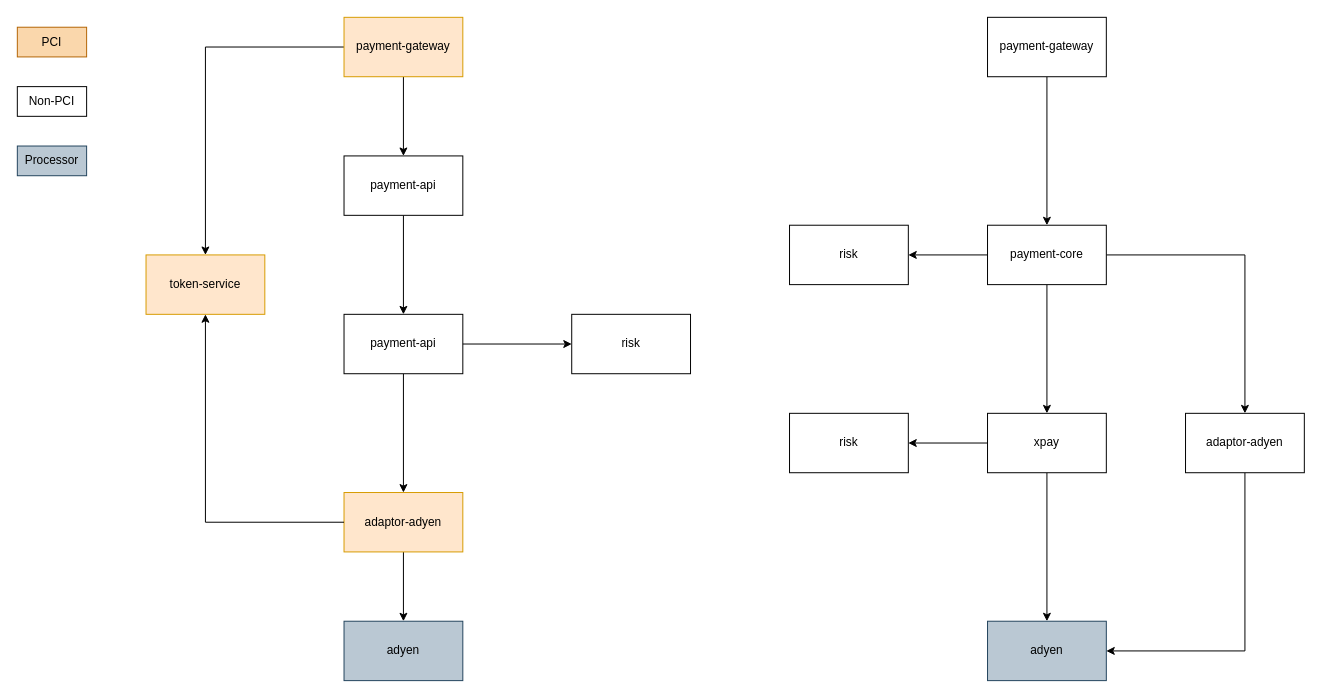
Earlier version of the draw.io diagram Untitled Diagram.drawio (JudeSheng/MarkdownNote). Source tidied: cells renumbered, new cells numbered last; positions are measured from the earlier drawing's top-left corner, leaving out a move shared by most shapes. Both pictures are drawn from the tidied source at 99%, with x=0, y=0 at pixel (17, 17).
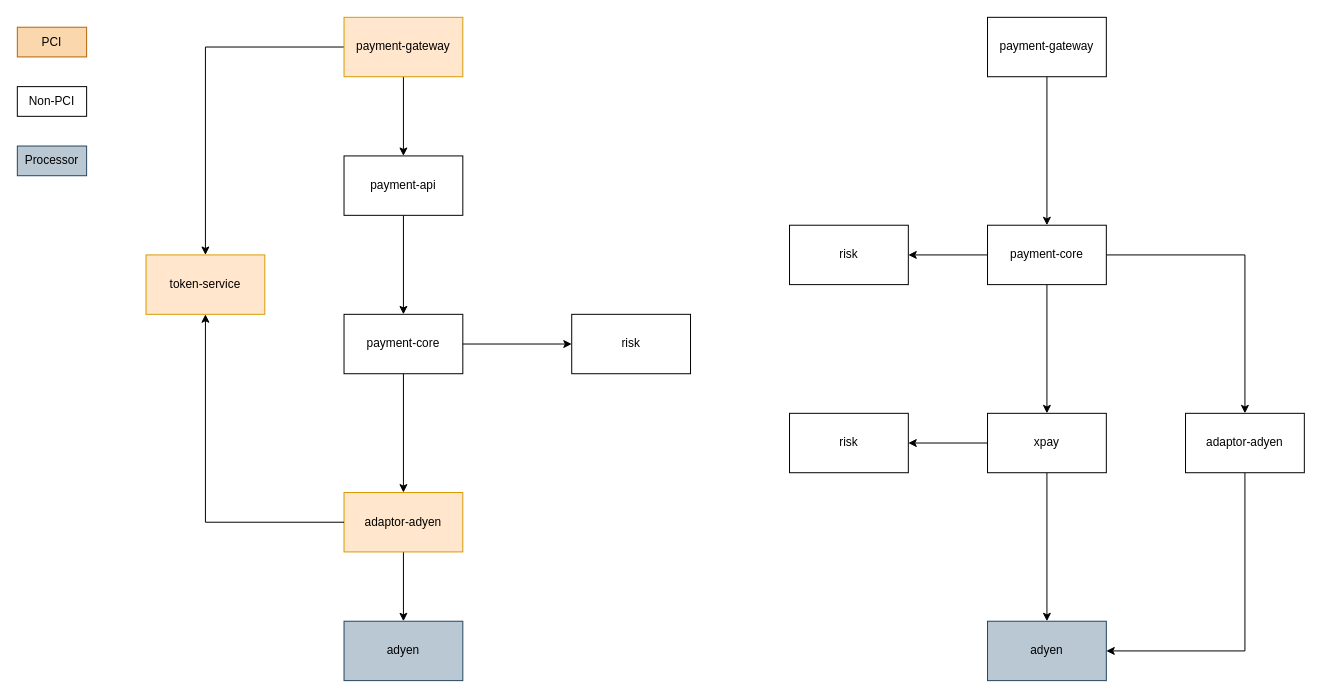
The same diagram, later.

What changed in the source:
```diff
@@
-    <mxCell id="8" value="payment-api" style="rounded=0;whiteSpace=wrap;html=1;" parent="1" vertex="1">
+    <mxCell id="8" value="payment-core" style="rounded=0;whiteSpace=wrap;html=1;" parent="1" vertex="1">
       <mxGeometry x="330" y="300" width="120" height="60" as="geometry" />
     </mxCell>
```
